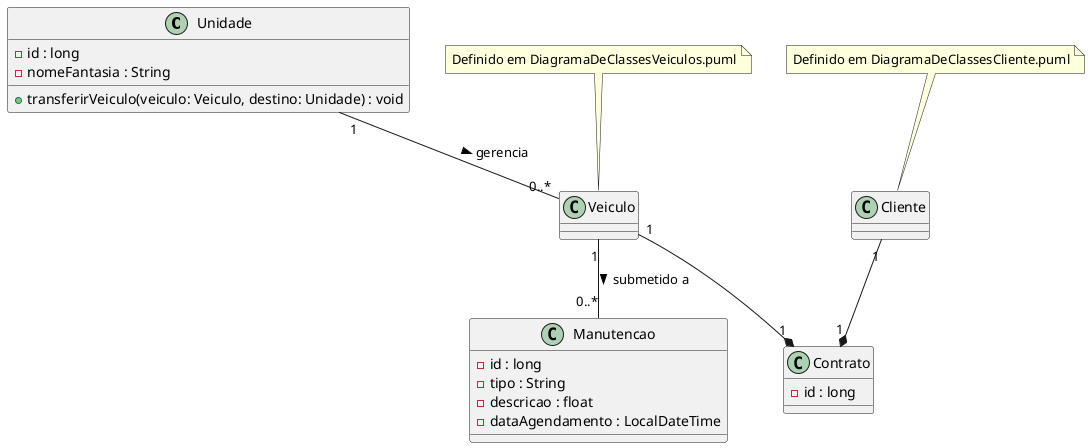
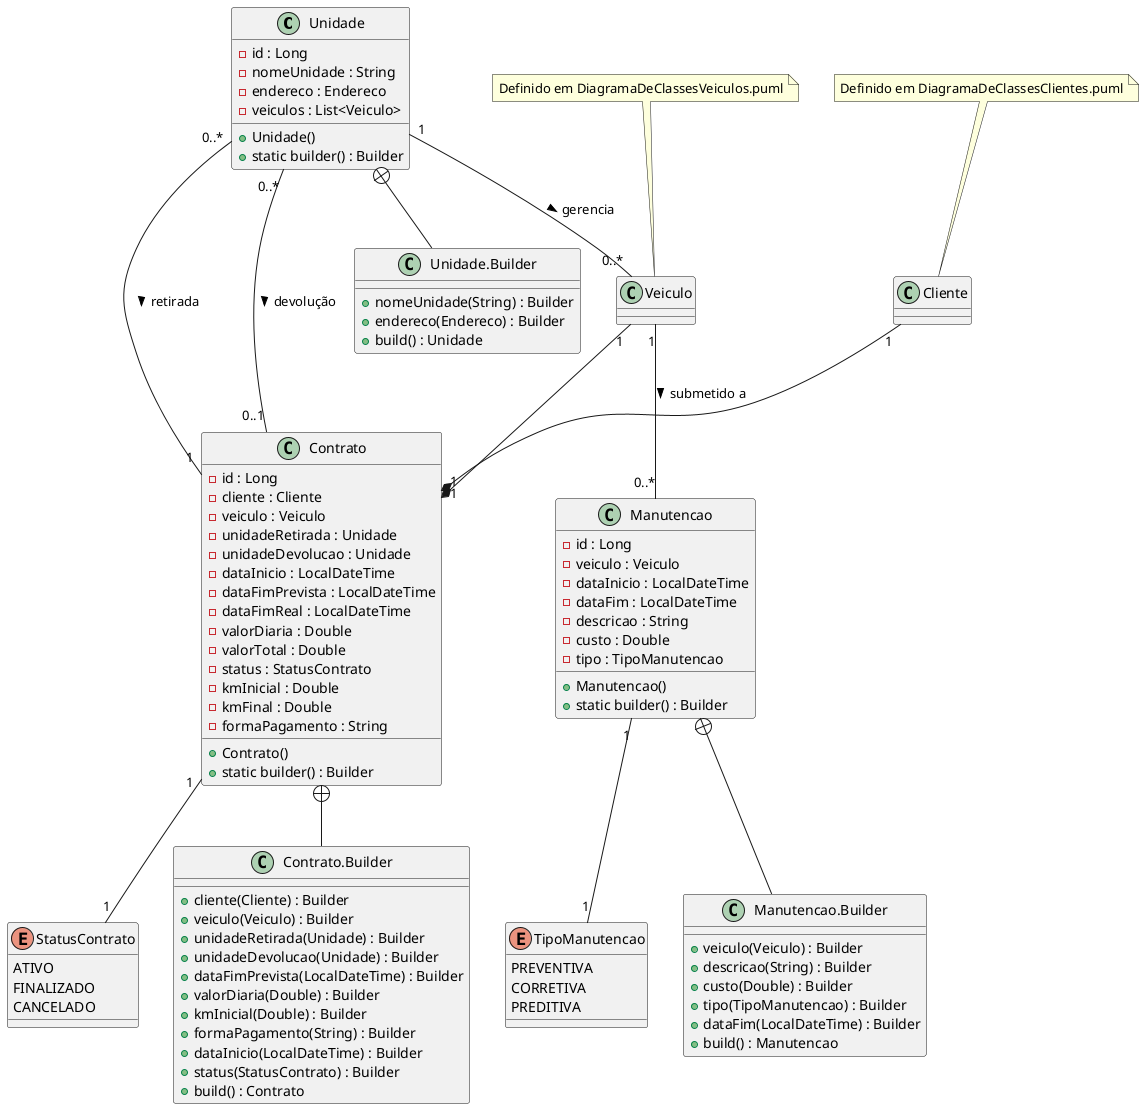
@startuml

class Unidade {
-   - id : long
-   - nomeFantasia : String
-   + transferirVeiculo(veiculo: Veiculo, destino: Unidade) : void
+   - id : Long
+   - nomeUnidade : String
+   - endereco : Endereco
+   - veiculos : List<Veiculo>
+   + Unidade()
+   + static builder() : Builder
+ }
+ 
+ class "Unidade.Builder" as UnidadeBuilder {
+   + nomeUnidade(String) : Builder
+   + endereco(Endereco) : Builder
+   + build() : Unidade
}

class Veiculo
note top of Veiculo: Definido em DiagramaDeClassesVeiculos.puml

class Manutencao {
-   - id : long
-   - tipo : String
-   - descricao : float
-   - dataAgendamento : LocalDateTime
+   - id : Long
+   - veiculo : Veiculo
+   - dataInicio : LocalDateTime
+   - dataFim : LocalDateTime
+   - descricao : String
+   - custo : Double
+   - tipo : TipoManutencao
+   + Manutencao()
+   + static builder() : Builder
+ }
+ 
+ enum TipoManutencao {
+   PREVENTIVA
+   CORRETIVA
+   PREDITIVA
+ }
+ 
+ class "Manutencao.Builder" as ManutencaoBuilder {
+   + veiculo(Veiculo) : Builder
+   + descricao(String) : Builder
+   + custo(Double) : Builder
+   + tipo(TipoManutencao) : Builder
+   + dataFim(LocalDateTime) : Builder
+   + build() : Manutencao
}

class Contrato {
-   - id : long
+   - id : Long
+   - cliente : Cliente
+   - veiculo : Veiculo
+   - unidadeRetirada : Unidade
+   - unidadeDevolucao : Unidade
+   - dataInicio : LocalDateTime
+   - dataFimPrevista : LocalDateTime
+   - dataFimReal : LocalDateTime
+   - valorDiaria : Double
+   - valorTotal : Double
+   - status : StatusContrato
+   - kmInicial : Double
+   - kmFinal : Double
+   - formaPagamento : String
+   + Contrato()
+   + static builder() : Builder
+ }
+ 
+ enum StatusContrato {
+   ATIVO
+   FINALIZADO
+   CANCELADO
+ }
+ 
+ class "Contrato.Builder" as ContratoBuilder {
+   + cliente(Cliente) : Builder
+   + veiculo(Veiculo) : Builder
+   + unidadeRetirada(Unidade) : Builder
+   + unidadeDevolucao(Unidade) : Builder
+   + dataFimPrevista(LocalDateTime) : Builder
+   + valorDiaria(Double) : Builder
+   + kmInicial(Double) : Builder
+   + formaPagamento(String) : Builder
+   + dataInicio(LocalDateTime) : Builder
+   + status(StatusContrato) : Builder
+   + build() : Contrato
}

class Cliente
- note top of Cliente: Definido em DiagramaDeClassesCliente.puml
+ note top of Cliente: Definido em DiagramaDeClassesClientes.puml

Unidade "1" -- "0..*" Veiculo : gerencia >
Veiculo "1" -- "0..*" Manutencao : submetido a >
+ Manutencao "1" -- "1" TipoManutencao
Veiculo "1" --* "1" Contrato
Cliente "1" --* "1" Contrato
+ Contrato "1" -- "1" StatusContrato
+ Unidade "0..*" -- "1" Contrato : retirada >
+ Unidade "0..*" -- "0..1" Contrato : devolução >
+ Unidade +-- UnidadeBuilder
+ Manutencao +-- ManutencaoBuilder
+ Contrato +-- ContratoBuilder

@enduml
